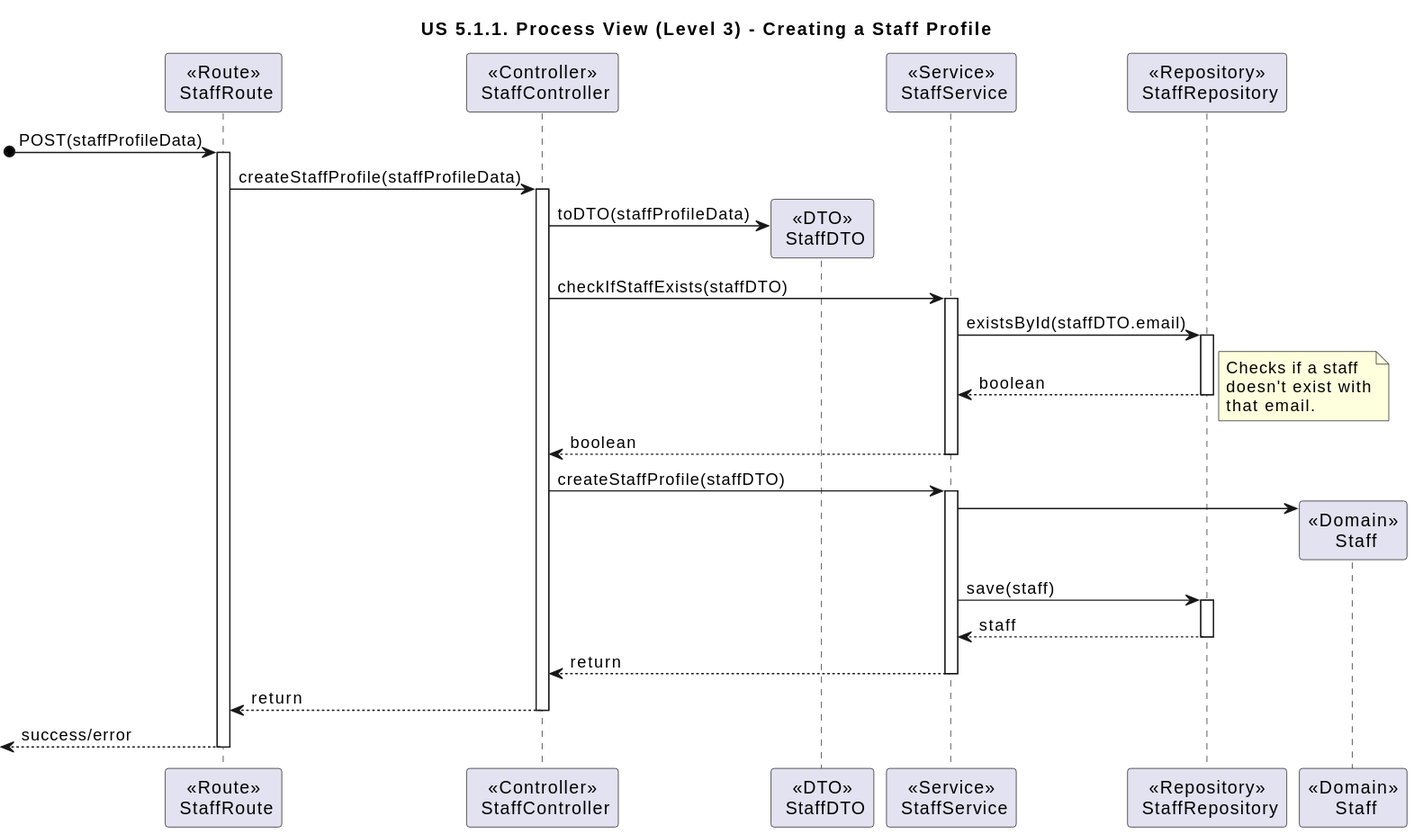
This is docs/sprint-1/1220738/us-5.1.1/Diagrams/Views/process-view-level-3-staff-profile.svg from rita-barbosa/LAPR5-2425, a PlantUML export, as it was before one commit. The source it was exported from:
```plantuml
@startuml
title "US 5.1.1. Process View (Level 3) - Creating a Staff Profile"

participant "<<Route>>\n StaffRoute" as ROUTE
participant "<<Controller>>\n StaffController" as CONTROL
participant "<<DTO>>\n StaffDTO" as StaffDTO
participant "<<Service>>\n StaffService" as STAFFServ
participant "<<Repository>>\n StaffRepository" as STAFFRepo
participant "<<Domain>>\n Staff" as STAFF

[o-> ROUTE : POST(staffProfileData)
Activate ROUTE

ROUTE -> CONTROL : createStaffProfile(staffProfileData)
Activate CONTROL

CONTROL -> StaffDTO** : toDTO(staffProfileData)
CONTROL -> STAFFServ : checkIfStaffExists(staffDTO)
Activate STAFFServ

STAFFServ -> STAFFRepo : existsById(staffDTO.email)
Activate STAFFRepo

STAFFRepo --> STAFFServ : boolean
note right : Checks if a staff\ndoesn't exist with\nthat email.
Deactivate STAFFRepo

STAFFServ --> CONTROL : boolean
Deactivate STAFFServ

CONTROL -> STAFFServ : createStaffProfile(staffDTO)
Activate STAFFServ

STAFFServ -> STAFF**
STAFFServ -> STAFFRepo : save(staff)
Activate STAFFRepo

STAFFRepo --> STAFFServ : staff
Deactivate STAFFRepo

STAFFServ --> CONTROL : return
deactivate STAFFServ

CONTROL --> ROUTE : return
deactivate CONTROL

Deactivate CONTROL
<-- ROUTE : success/error

Deactivate ROUTE
@enduml
```
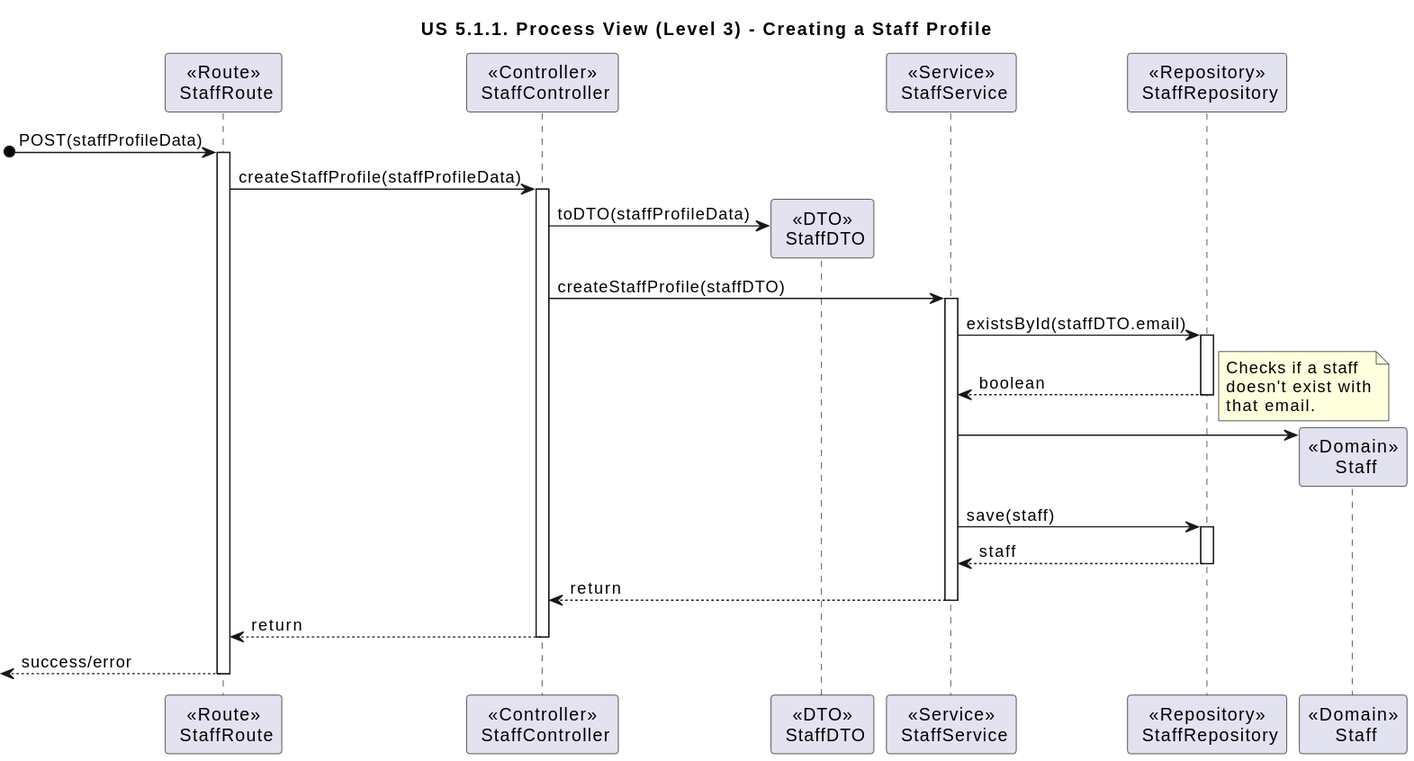
After the commit.

Change to the diagram source:
```diff
@@ -15,7 +15,7 @@
 Activate CONTROL
 
 CONTROL -> StaffDTO** : toDTO(staffProfileData)
-CONTROL -> STAFFServ : checkIfStaffExists(staffDTO)
+CONTROL -> STAFFServ : createStaffProfile(staffDTO)
 Activate STAFFServ
 
 STAFFServ -> STAFFRepo : existsById(staffDTO.email)
@@ -24,12 +24,6 @@
 STAFFRepo --> STAFFServ : boolean
 note right : Checks if a staff\ndoesn't exist with\nthat email.
 Deactivate STAFFRepo
-
-STAFFServ --> CONTROL : boolean
-Deactivate STAFFServ
-
-CONTROL -> STAFFServ : createStaffProfile(staffDTO)
-Activate STAFFServ
 
 STAFFServ -> STAFF**
 STAFFServ -> STAFFRepo : save(staff)
```
